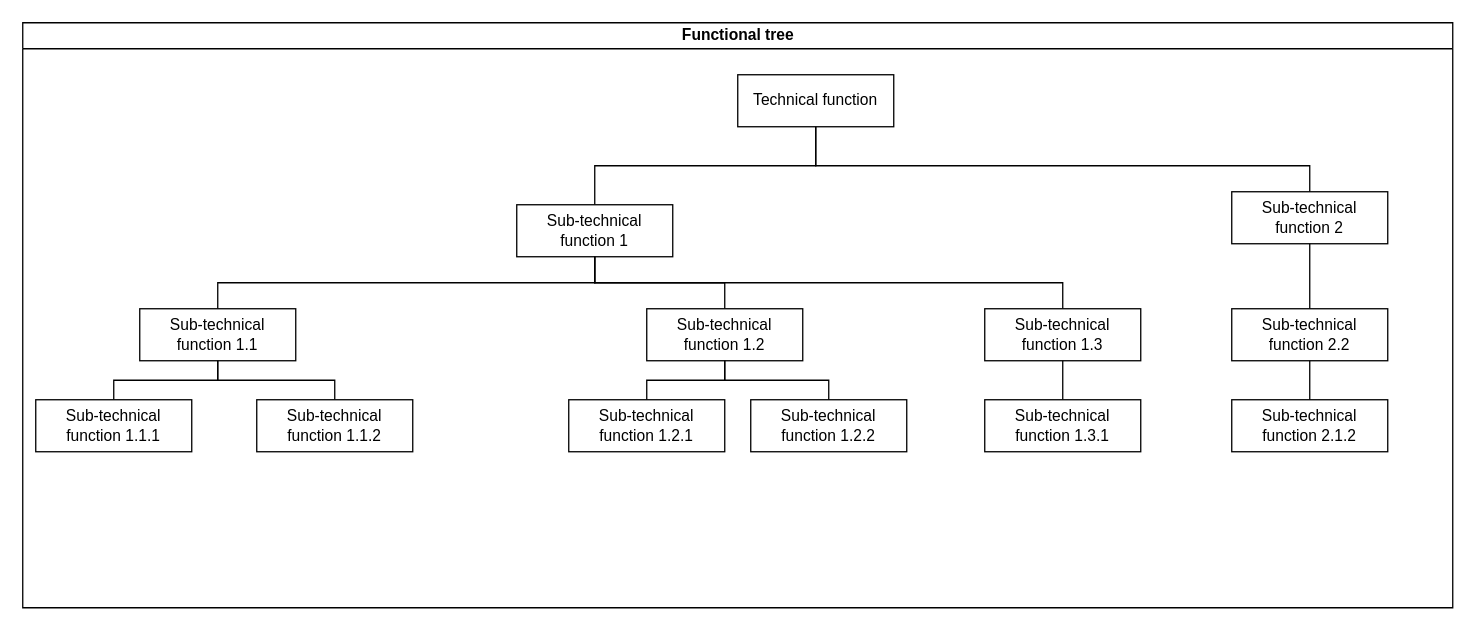
Earlier version of the draw.io diagram Functional tree for template.drawio (amerezoji1362/drawio-github). Source tidied: cells renumbered, new cells numbered last; positions are measured from the earlier drawing's top-left corner, leaving out a move shared by most shapes. Both pictures are drawn from the tidied source at 130%, with x=0, y=0 at pixel (22, 22).
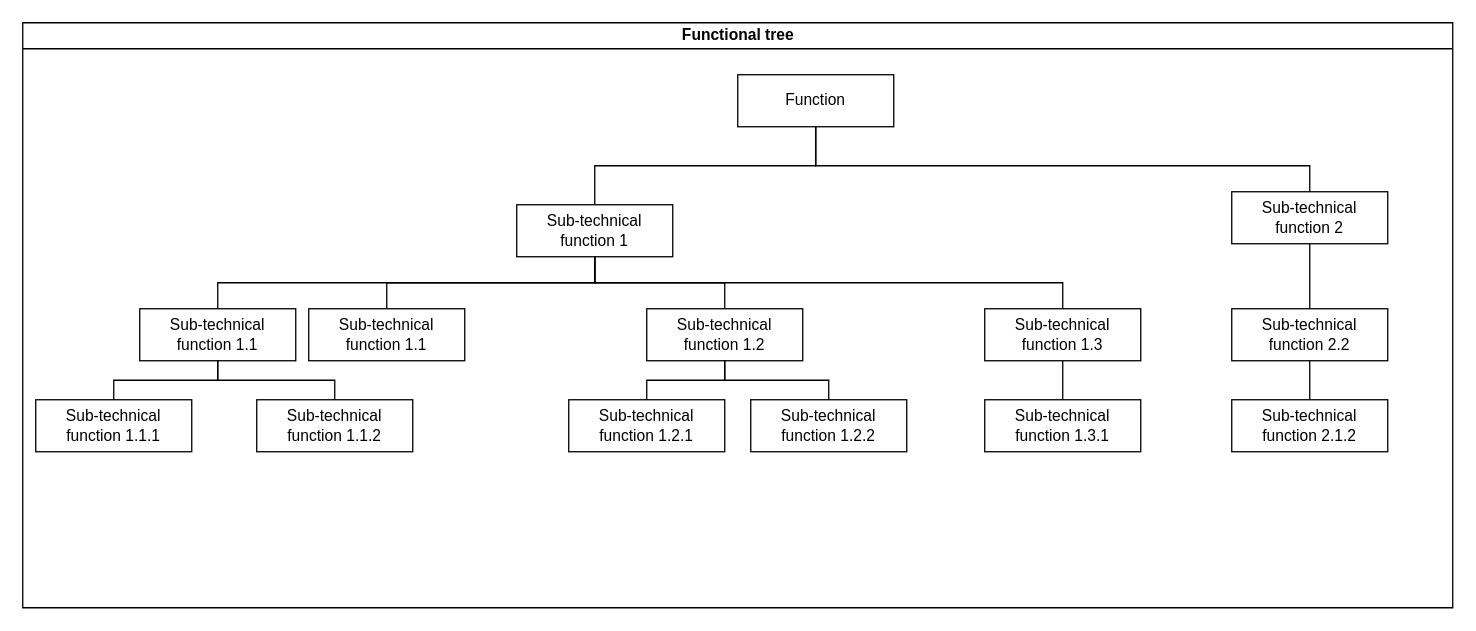
After the change.

The change refers to these unchanged cells:
```xml
<mxCell id="2" value="Functional tree" style="swimlane;html=1;startSize=20;horizontal=1;containerType=tree;" parent="1" vertex="1">
  <mxGeometry width="1100" height="450" as="geometry" />
</mxCell>
<mxCell id="5" value="Sub-technical function 1" style="whiteSpace=wrap;html=1;newEdgeStyle={&quot;edgeStyle&quot;:&quot;elbowEdgeStyle&quot;,&quot;startArrow&quot;:&quot;none&quot;,&quot;endArrow&quot;:&quot;none&quot;};" parent="2" vertex="1">
  <mxGeometry x="380" y="140" width="120" height="40" as="geometry" />
</mxCell>
```

The edit, as a diff of the source:
```diff
@@
-    <mxCell id="4" value="Technical function " style="whiteSpace=wrap;html=1;newEdgeStyle={&quot;edgeStyle&quot;:&quot;elbowEdgeStyle&quot;,&quot;startArrow&quot;:&quot;none&quot;,&quot;endArrow&quot;:&quot;none&quot;};" parent="2" vertex="1">
+    <mxCell id="4" value="Function" style="whiteSpace=wrap;html=1;newEdgeStyle={&quot;edgeStyle&quot;:&quot;elbowEdgeStyle&quot;,&quot;startArrow&quot;:&quot;none&quot;,&quot;endArrow&quot;:&quot;none&quot;};" parent="2" vertex="1">
       <mxGeometry x="550" y="40" width="120" height="40" as="geometry" />
     </mxCell>
@@
+    <mxCell id="28" style="edgeStyle=elbowEdgeStyle;elbow=vertical;startArrow=none;endArrow=none;rounded=0;" parent="2" edge="1" source="5" target="29">
+      <mxGeometry relative="1" as="geometry" />
+    </mxCell>
+    <mxCell id="29" value="Sub-technical function 1.1" style="whiteSpace=wrap;html=1;newEdgeStyle={&quot;edgeStyle&quot;:&quot;elbowEdgeStyle&quot;,&quot;startArrow&quot;:&quot;none&quot;,&quot;endArrow&quot;:&quot;none&quot;};" parent="2" vertex="1">
+      <mxGeometry x="220" y="220" width="120" height="40" as="geometry" />
+    </mxCell>
```
